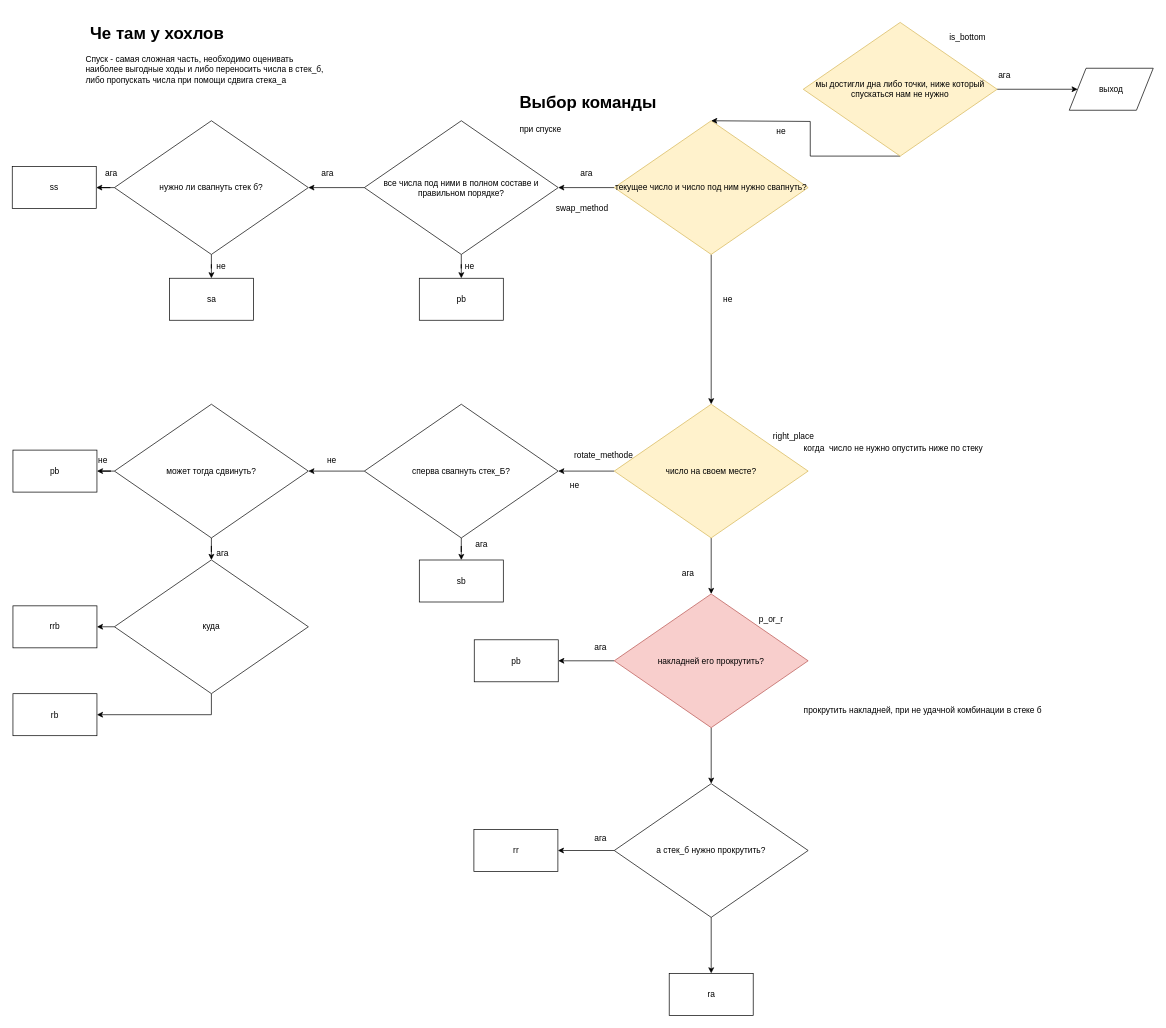
This is page "Page-2" (2 of 3) of algo.drawio from andru196/push_swap, a draw.io file, before an edit. Source tidied: cells renumbered, new cells numbered last; positions are measured from the earlier drawing's top-left corner, leaving out a move shared by most shapes. Both pictures are drawn from the tidied source at 70%, with x=0, y=0 at pixel (12, 19).
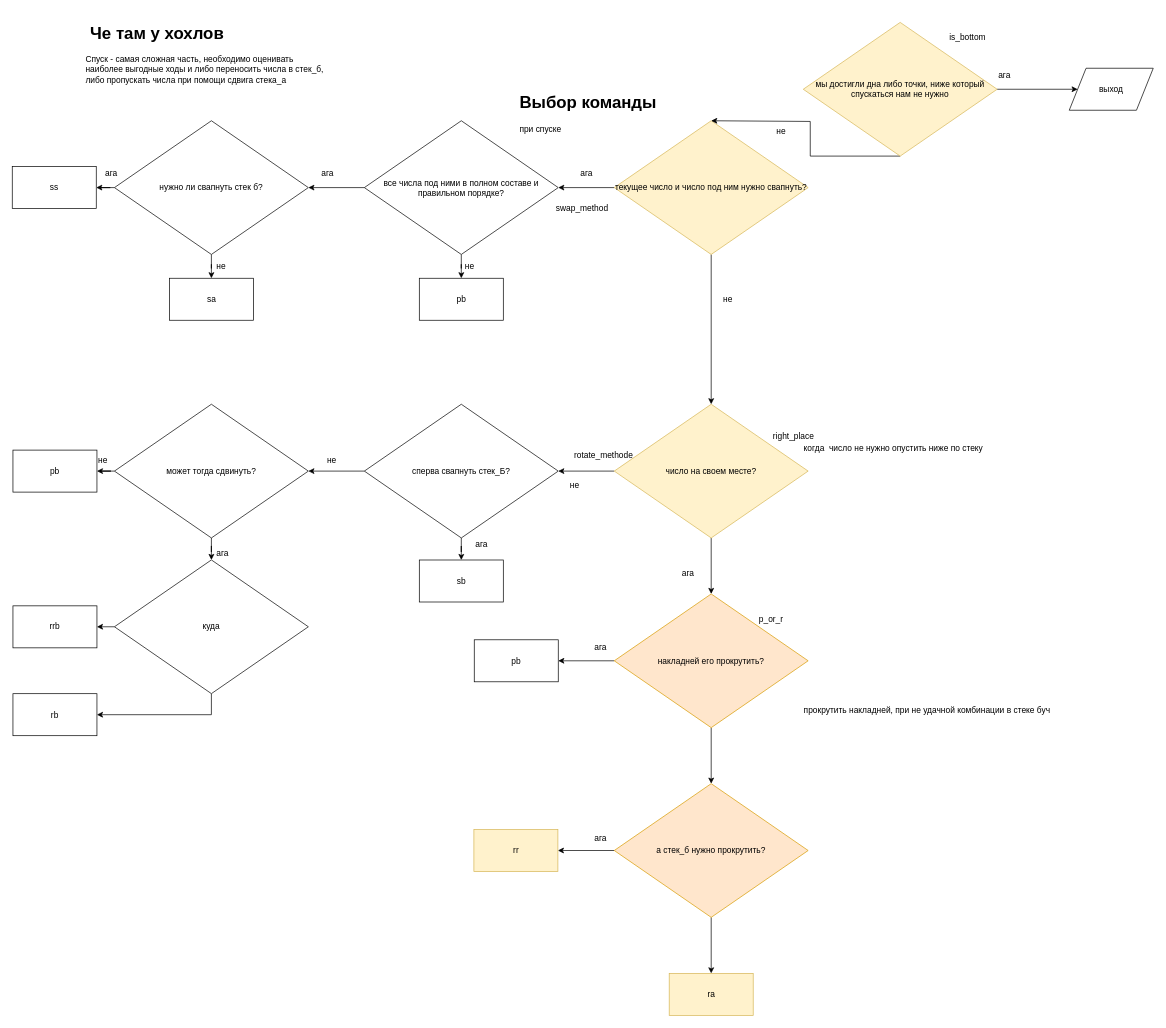
Above is the later version.

Change to the diagram source:
```diff
@@
-    <mxCell id="13" value="накладней его прокрутить?" style="rhombus;whiteSpace=wrap;html=1;fillColor=#f8cecc;strokeColor=#b85450;" parent="1" vertex="1">
+    <mxCell id="13" value="накладней его прокрутить?" style="rhombus;whiteSpace=wrap;html=1;fillColor=#ffe6cc;strokeColor=#d79b00;" parent="1" vertex="1">
       <mxGeometry x="860" y="821" width="277" height="191" as="geometry" />
     </mxCell>
@@
-    <mxCell id="16" value="а стек_б нужно прокрутить?" style="rhombus;whiteSpace=wrap;html=1;" parent="1" vertex="1">
+    <mxCell id="16" value="а стек_б нужно прокрутить?" style="rhombus;whiteSpace=wrap;html=1;fillColor=#ffe6cc;strokeColor=#d79b00;" parent="1" vertex="1">
       <mxGeometry x="860" y="1092" width="277" height="191" as="geometry" />
     </mxCell>
@@
-    <mxCell id="53" value="rr" style="rounded=0;whiteSpace=wrap;html=1;" parent="1" vertex="1">
+    <mxCell id="53" value="rr" style="rounded=0;whiteSpace=wrap;html=1;fillColor=#fff2cc;strokeColor=#d6b656;" parent="1" vertex="1">
       <mxGeometry x="659.5" y="1157.5" width="120" height="60" as="geometry" />
     </mxCell>
-    <mxCell id="54" value="ra" style="rounded=0;whiteSpace=wrap;html=1;" parent="1" vertex="1">
+    <mxCell id="54" value="ra" style="rounded=0;whiteSpace=wrap;html=1;fillColor=#fff2cc;strokeColor=#d6b656;" parent="1" vertex="1">
       <mxGeometry x="938.5" y="1363" width="120" height="60" as="geometry" />
     </mxCell>
@@
-    <mxCell id="67" value="прокрутить накладней, при не удачной комбинации в стеке б" style="text;html=1;align=left;verticalAlign=top;spacingTop=-4;" parent="1" vertex="1">
-      <mxGeometry x="1129" y="978" width="370" height="20" as="geometry" />
+    <mxCell id="67" value="прокрутить накладней, при не удачной комбинации в стеке буч" style="text;html=1;align=left;verticalAlign=top;spacingTop=-4;" parent="1" vertex="1">
+      <mxGeometry x="1129" y="978" width="380" height="20" as="geometry" />
     </mxCell>
```
